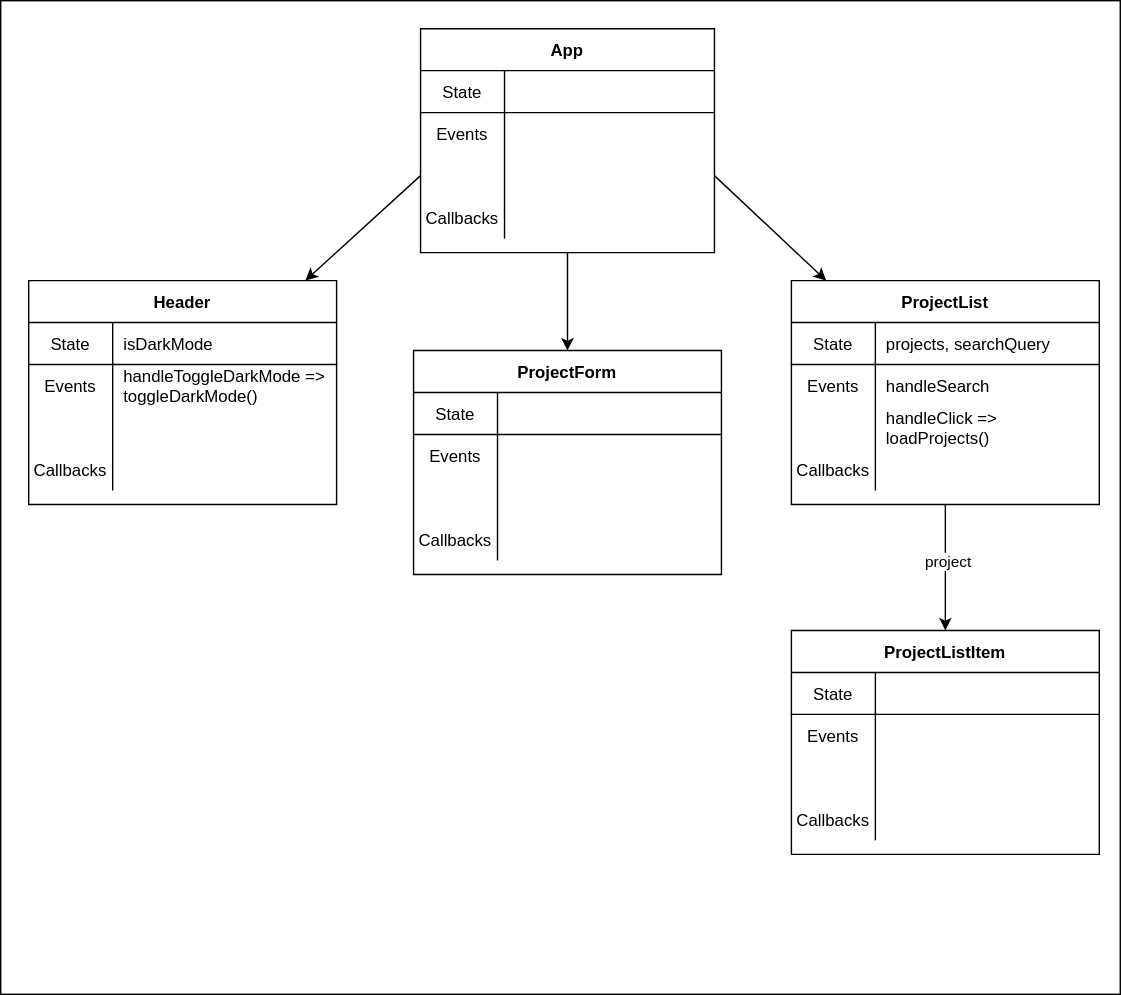
Before: 03_information_flow/assets/export/component-hierarchy-with-data-flow.drawio.svg, a diagram exported from draw.io (learn-co-students/SE-LIVE-121123-Phase-2-ProjectShowcase). Source tidied: cells renumbered, new cells last; positions are measured from the earlier drawing's top-left corner, leaving out a move shared by most shapes.
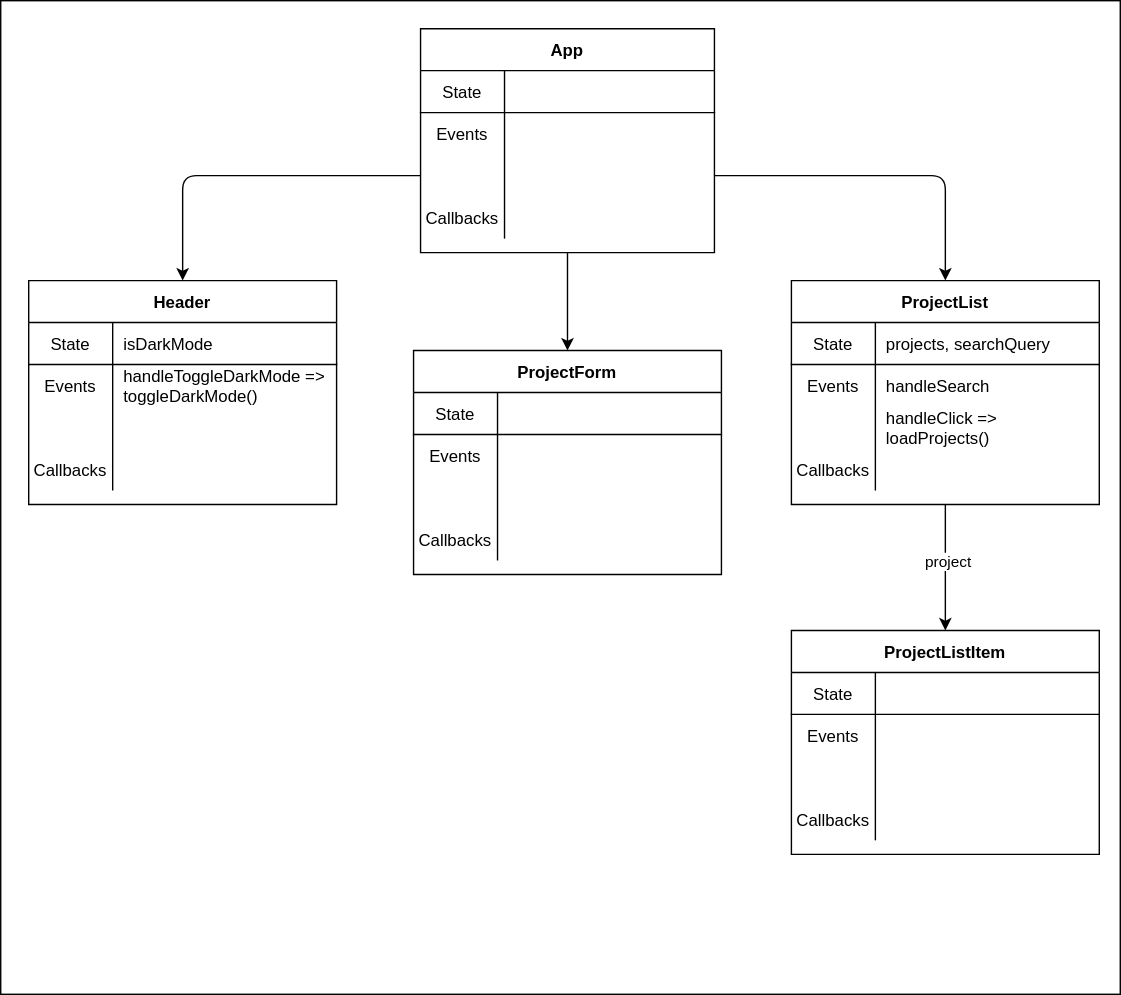
After the change.

What changed in the source:
```diff
@@ -5,13 +5,13 @@
     <mxCell id="2" style="rounded=0;whiteSpace=wrap;html=1;" parent="1" vertex="1">
       <mxGeometry width="800" height="710" as="geometry" />
     </mxCell>
-    <mxCell id="3" style="edgeStyle=none;html=1;exitX=0;exitY=0.5;exitDx=0;exitDy=0;" parent="1" edge="1" source="13" target="19">
+    <mxCell id="3" style="edgeStyle=orthogonalEdgeStyle;html=1;exitX=0;exitY=0.5;exitDx=0;exitDy=0;" parent="1" edge="1" source="13" target="19">
       <mxGeometry relative="1" as="geometry" />
     </mxCell>
     <mxCell id="4" style="edgeStyle=none;html=1;" parent="1" edge="1" source="6" target="32">
       <mxGeometry relative="1" as="geometry" />
     </mxCell>
-    <mxCell id="5" style="edgeStyle=none;html=1;exitX=1;exitY=0.5;exitDx=0;exitDy=0;" parent="1" edge="1" source="13" target="47">
+    <mxCell id="5" style="edgeStyle=orthogonalEdgeStyle;html=1;exitX=1;exitY=0.5;exitDx=0;exitDy=0;" parent="1" edge="1" source="13" target="47">
       <mxGeometry relative="1" as="geometry" />
     </mxCell>
     <mxCell id="6" value="App" style="shape=table;startSize=30;rowLines=0;fontStyle=1;align=center;" parent="1" vertex="1">
```
